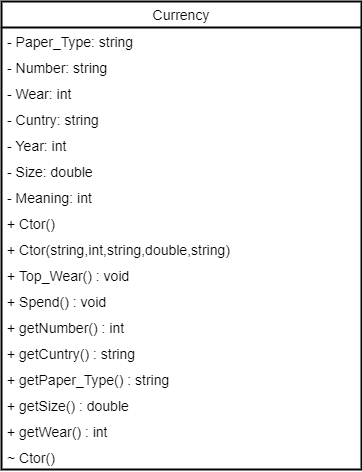
The draw.io diagram Untitled Diagram.drawio.png in InkaShev7777/UML, before a commit. Source tidied: cells renumbered, new cells last; positions are measured from the earlier drawing's top-left corner, leaving out a move shared by most shapes.
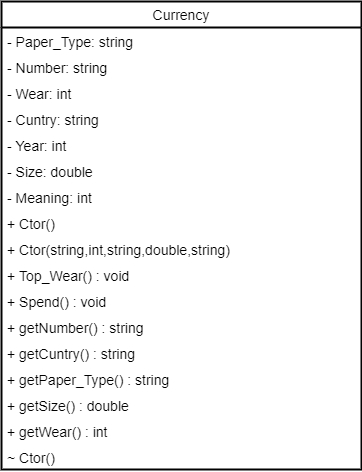
Later version of the same file.

Diff of the diagram source:
```diff
@@ -38,7 +38,7 @@
     <mxCell id="13" value="+ Spend() : void" style="text;strokeColor=none;fillColor=none;align=left;verticalAlign=top;spacingLeft=4;spacingRight=4;overflow=hidden;strokeWidth=2;perimeterSpacing=0;fontSize=14;" parent="2" vertex="1">
       <mxGeometry y="286" width="360" height="26" as="geometry" />
     </mxCell>
-    <mxCell id="14" value="+ getNumber() : int" style="text;strokeColor=none;fillColor=none;align=left;verticalAlign=top;spacingLeft=4;spacingRight=4;overflow=hidden;strokeWidth=2;perimeterSpacing=0;fontSize=14;" parent="2" vertex="1">
+    <mxCell id="14" value="+ getNumber() : string" style="text;strokeColor=none;fillColor=none;align=left;verticalAlign=top;spacingLeft=4;spacingRight=4;overflow=hidden;strokeWidth=2;perimeterSpacing=0;fontSize=14;" parent="2" vertex="1">
       <mxGeometry y="312" width="360" height="26" as="geometry" />
     </mxCell>
     <mxCell id="15" value="+ getCuntry() : string" style="text;strokeColor=none;fillColor=none;align=left;verticalAlign=top;spacingLeft=4;spacingRight=4;overflow=hidden;strokeWidth=2;perimeterSpacing=0;fontSize=14;" parent="2" vertex="1">
```
